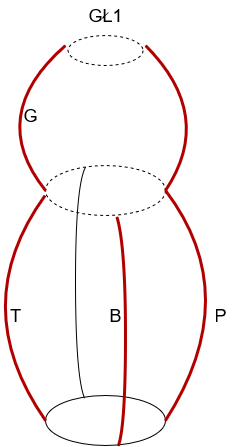
This is Diagram bez tytułu.png from adamski83/sklep, a draw.io export, as it was before one commit. Source tidied: cells renumbered, new cells last; positions are measured from the earlier drawing's top-left corner, leaving out a move shared by most shapes.
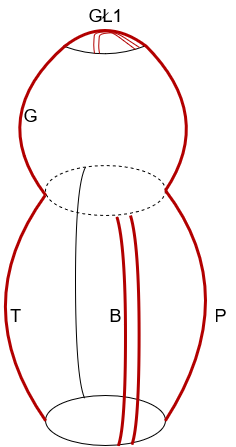
Above is the later version.

What changed in the source:
```diff
@@ -2,6 +2,15 @@
   <root>
     <mxCell id="0" />
     <mxCell id="1" parent="0" />
+    <mxCell id="17" style="endArrow=none;html=1;strokeWidth=1;curved=1;" parent="1" edge="1">
+      <mxGeometry relative="1" as="geometry">
+        <mxPoint x="99" y="46" as="sourcePoint" />
+        <mxPoint x="181" y="45" as="targetPoint" />
+        <Array as="points">
+          <mxPoint x="140" y="61" />
+        </Array>
+      </mxGeometry>
+    </mxCell>
     <mxCell id="2" style="ellipse;whiteSpace=wrap;html=1;shadow=0;strokeColor=#000000;fillColor=none;dashed=1;rounded=1;" parent="1" vertex="1">
       <mxGeometry x="80" y="165" width="120" height="50" as="geometry" />
     </mxCell>
@@ -47,9 +56,8 @@
         </Array>
       </mxGeometry>
     </mxCell>
-    <mxCell id="10" style="endArrow=none;html=1;exitX=0;exitY=0.5;exitDx=0;exitDy=0;curved=1;fillColor=#e51400;strokeColor=#B20000;strokeWidth=3;" parent="1" edge="1">
+    <mxCell id="10" style="endArrow=none;html=1;exitX=0;exitY=0.592;exitDx=0;exitDy=0;curved=1;fillColor=#e51400;strokeColor=#B20000;strokeWidth=3;exitPerimeter=0;" parent="1" edge="1" source="2">
       <mxGeometry relative="1" as="geometry">
-        <mxPoint x="80" y="190" as="sourcePoint" />
         <mxPoint x="100" y="45" as="targetPoint" />
         <Array as="points">
           <mxPoint x="20" y="115" />
@@ -65,9 +73,6 @@
         </Array>
       </mxGeometry>
     </mxCell>
-    <mxCell id="12" style="ellipse;whiteSpace=wrap;html=1;rounded=1;shadow=0;strokeColor=#000000;fillColor=none;dashed=1;" parent="1" vertex="1">
-      <mxGeometry x="102.5" y="35" width="75" height="30" as="geometry" />
-    </mxCell>
     <mxCell id="13" value="&lt;font style=&quot;font-size: 18px&quot;&gt;T&lt;/font&gt;" style="text;html=1;align=center;verticalAlign=middle;" parent="1" vertex="1">
       <mxGeometry x="35" y="305" width="30" height="20" as="geometry" />
     </mxCell>
@@ -80,5 +85,46 @@
     <mxCell id="16" value="GŁ1" style="text;html=1;align=center;verticalAlign=middle;fontSize=18;" parent="1" vertex="1">
       <mxGeometry x="115" width="50" height="30" as="geometry" />
     </mxCell>
+    <mxCell id="18" style="endArrow=none;html=1;exitX=0.608;exitY=1;exitDx=0;exitDy=0;exitPerimeter=0;curved=1;entryX=0.595;entryY=1.026;entryDx=0;entryDy=0;entryPerimeter=0;fillColor=#e51400;strokeColor=#B20000;strokeWidth=3;" parent="1" edge="1">
+      <mxGeometry relative="1" as="geometry">
+        <mxPoint x="166.6" y="443.7" as="sourcePoint" />
+        <mxPoint x="165" y="215" as="targetPoint" />
+        <Array as="points">
+          <mxPoint x="173.6" y="423.7" />
+          <mxPoint x="173.6" y="243.7" />
+        </Array>
+      </mxGeometry>
+    </mxCell>
+    <mxCell id="19" style="endArrow=none;html=1;strokeWidth=3;fillColor=#e51400;strokeColor=#B20000;curved=1;" parent="1" edge="1">
+      <mxGeometry relative="1" as="geometry">
+        <mxPoint x="99" y="46" as="sourcePoint" />
+        <mxPoint x="181" y="46" as="targetPoint" />
+        <Array as="points">
+          <mxPoint x="139" y="14" />
+        </Array>
+      </mxGeometry>
+    </mxCell>
+    <mxCell id="20" style="endArrow=none;html=1;strokeWidth=1;fillColor=#e51400;strokeColor=#B20000;" parent="1" edge="1">
+      <mxGeometry relative="1" as="geometry">
+        <mxPoint x="129" y="53" as="sourcePoint" />
+        <mxPoint x="170" y="49" as="targetPoint" />
+        <Array as="points">
+          <mxPoint x="128" y="45" />
+          <mxPoint x="129" y="32" />
+          <mxPoint x="146" y="31" />
+        </Array>
+      </mxGeometry>
+    </mxCell>
+    <mxCell id="21" style="endArrow=none;html=1;strokeWidth=1;fillColor=#e51400;strokeColor=#B20000;" parent="1" edge="1">
+      <mxGeometry relative="1" as="geometry">
+        <mxPoint x="134" y="53" as="sourcePoint" />
+        <mxPoint x="174" y="47" as="targetPoint" />
+        <Array as="points">
+          <mxPoint x="133" y="46" />
+          <mxPoint x="134" y="33" />
+          <mxPoint x="151" y="32" />
+        </Array>
+      </mxGeometry>
+    </mxCell>
   </root>
 </mxGraphModel>
```
